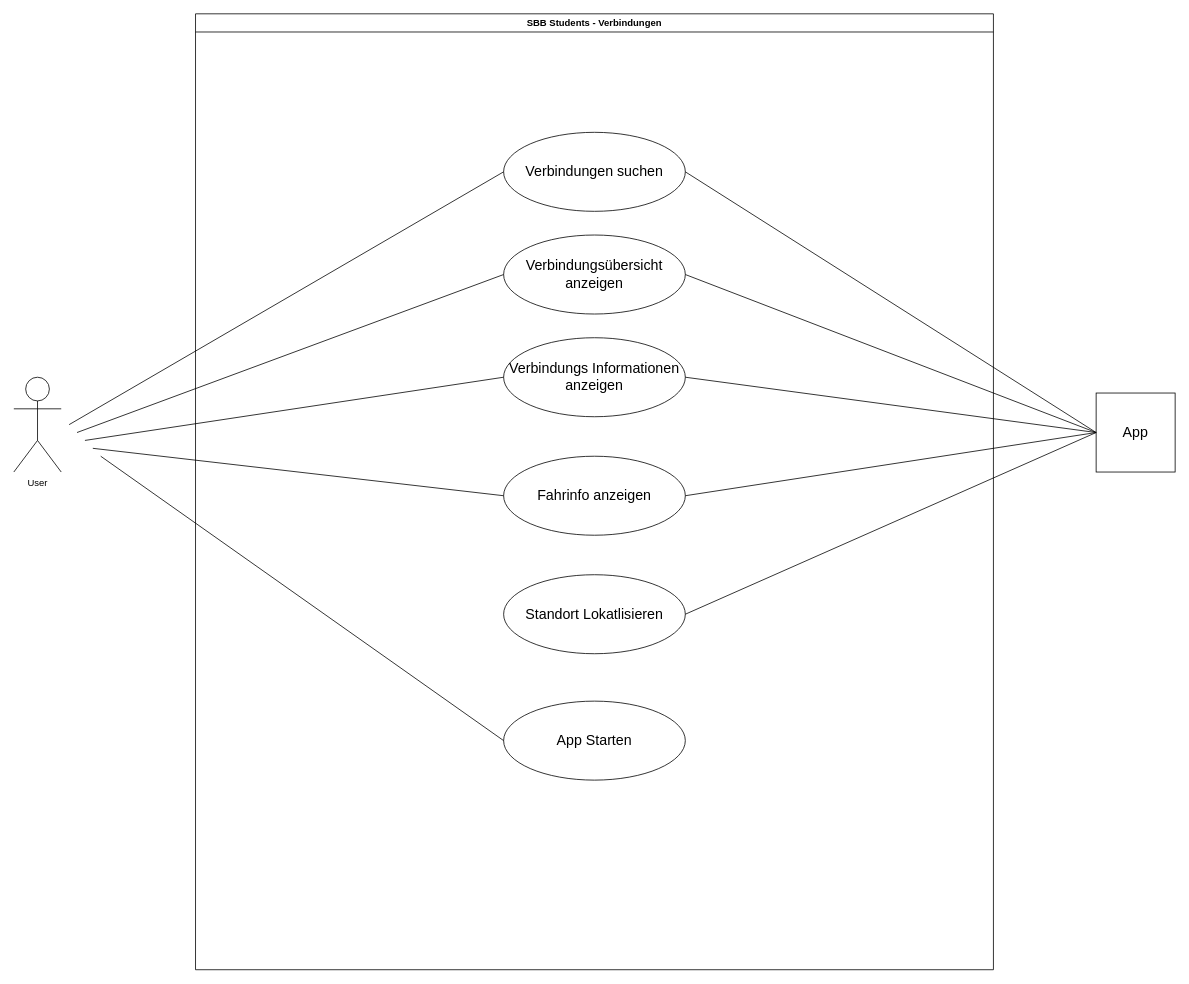
lcmoc/morning-mobile keeps this draw.io diagram as Usecase.drawio. Above is the earlier version. Source tidied: cells renumbered, new cells numbered last; positions are measured from the earlier drawing's top-left corner, leaving out a move shared by most shapes. Both pictures are drawn from the tidied source at 79%, with x=0, y=0 at pixel (13, 13).
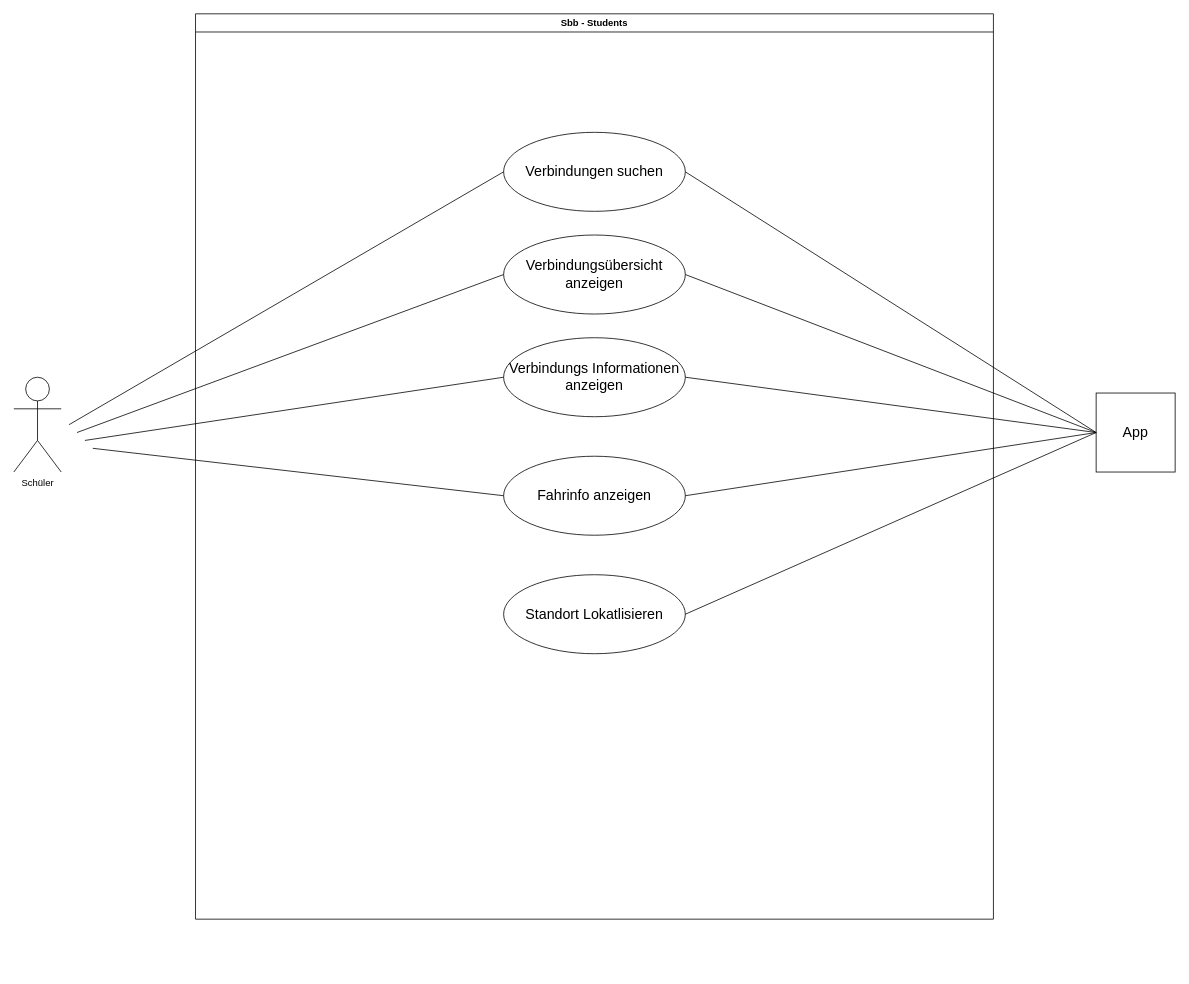
The same diagram, later.

Commit message:
updated usecase diagramm

The edit, as a diff of the source:
```diff
@@
-    <mxCell id="2" value="SBB Students - Verbindungen" style="swimlane;whiteSpace=wrap;html=1;" parent="1" vertex="1">
-      <mxGeometry x="230" width="1010" height="1210" as="geometry" />
+    <mxCell id="2" value="Sbb - Students" style="swimlane;whiteSpace=wrap;html=1;" parent="1" vertex="1">
+      <mxGeometry x="230" width="1010" height="1146" as="geometry" />
     </mxCell>
@@
-    <mxCell id="7" value="App Starten" style="ellipse;whiteSpace=wrap;html=1;fontSize=18;" parent="2" vertex="1">
-      <mxGeometry x="390" y="870" width="230" height="100" as="geometry" />
-    </mxCell>
@@
-    <mxCell id="9" value="User" style="shape=umlActor;verticalLabelPosition=bottom;verticalAlign=top;html=1;" parent="1" vertex="1">
+    <mxCell id="9" value="Schüler" style="shape=umlActor;verticalLabelPosition=bottom;verticalAlign=top;html=1;" parent="1" vertex="1">
       <mxGeometry y="460" width="60" height="120" as="geometry" />
     </mxCell>
@@
-    <mxCell id="20" style="endArrow=none;html=1;fontSize=18;entryX=0;entryY=0.5;entryDx=0;entryDy=0;" parent="1" edge="1" target="7">
-      <mxGeometry relative="1" as="geometry">
-        <mxPoint x="110" y="560" as="sourcePoint" />
-      </mxGeometry>
-    </mxCell>
```
